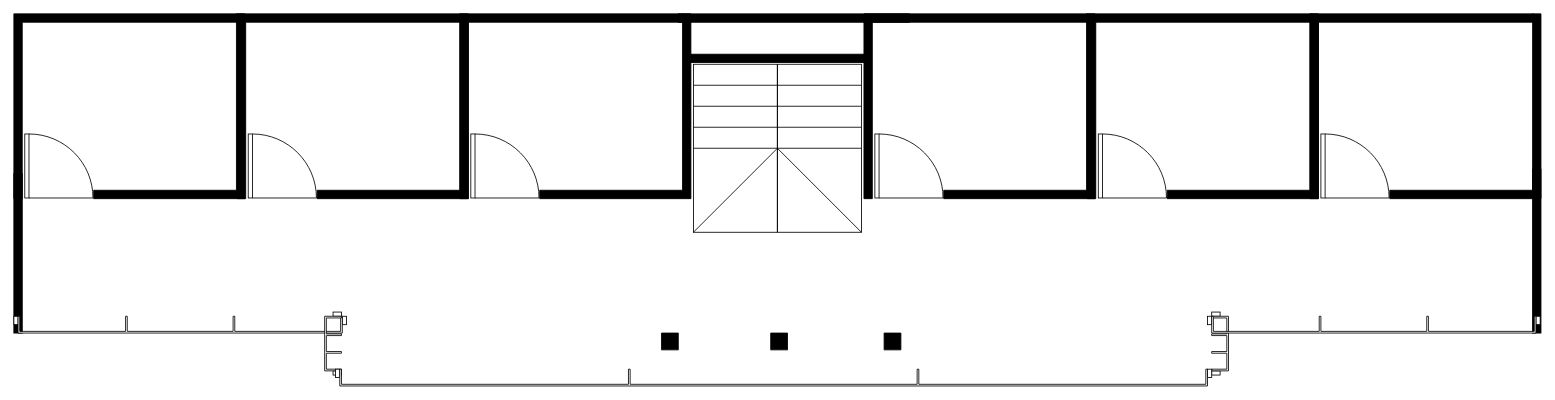
Earlier version of the draw.io diagram page "2nd - floor" (1 of 4) of Diagram Tanpa Judul.drawio (mohammadrifanmushlih17/My-Project-Draw). Source tidied: cells renumbered, new cells numbered last; positions are measured from the earlier drawing's top-left corner, leaving out a move shared by most shapes. Both pictures are drawn from the tidied source at 84%, with x=0, y=0 at pixel (13, 13).
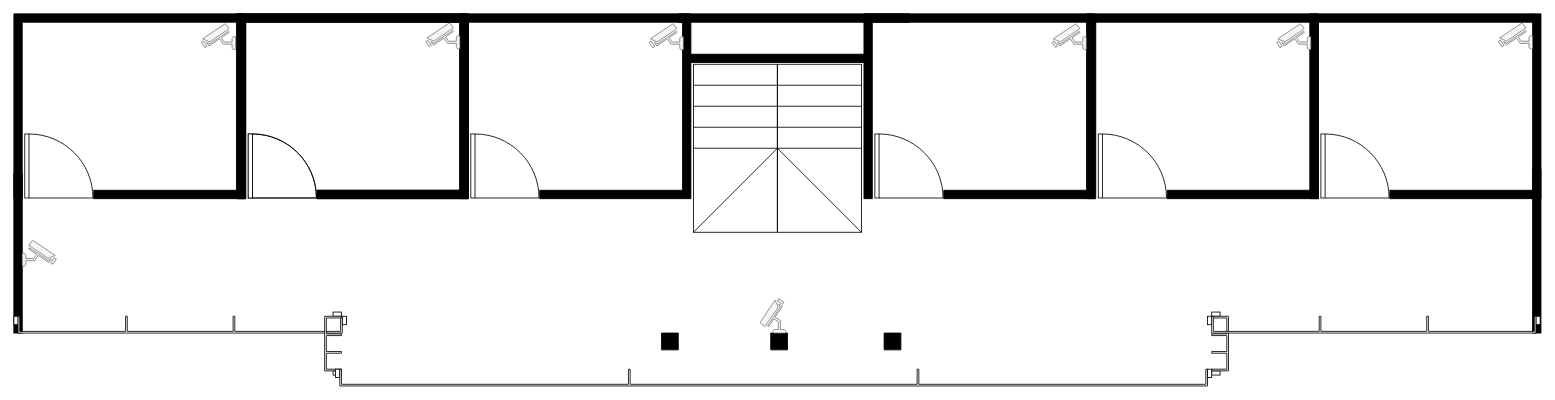
The same diagram, later.

Diff of the diagram source:
```diff
@@
+    <mxCell id="37" style="fontColor=#333333;verticalAlign=top;verticalLabelPosition=bottom;labelPosition=center;align=center;html=1;fillColor=#f5f5f5;strokeColor=#666666;gradientDirection=north;strokeWidth=2;shape=mxgraph.networks.security_camera;direction=east;flipH=1;" parent="1" vertex="1">
+      <mxGeometry x="223.3" y="12" width="40.7" height="30.5" as="geometry" />
+    </mxCell>
+    <mxCell id="38" style="group;" parent="1" vertex="1">
+      <mxGeometry x="266" width="275" height="220" as="geometry" />
+    </mxCell>
+    <mxCell id="39" style="verticalLabelPosition=bottom;html=1;verticalAlign=top;align=center;shape=mxgraph.floorplan.wallCorner;fillColor=strokeColor;" parent="38" vertex="1">
+      <mxGeometry width="266" height="220" as="geometry" />
+    </mxCell>
+    <mxCell id="40" style="verticalLabelPosition=bottom;html=1;verticalAlign=top;align=center;shape=mxgraph.floorplan.wallCorner;fillColor=strokeColor;direction=west;" parent="38" vertex="1">
+      <mxGeometry x="95" width="180" height="220" as="geometry" />
+    </mxCell>
+    <mxCell id="41" style="verticalLabelPosition=bottom;html=1;verticalAlign=top;align=center;shape=mxgraph.floorplan.doorLeft;direction=north;" parent="38" vertex="1">
+      <mxGeometry x="13" y="143" width="81" height="76.2" as="geometry" />
+    </mxCell>
+    <mxCell id="42" style="fontColor=#333333;verticalAlign=top;verticalLabelPosition=bottom;labelPosition=center;align=center;html=1;fillColor=#f5f5f5;strokeColor=#666666;gradientDirection=north;strokeWidth=2;shape=mxgraph.networks.security_camera;direction=east;flipH=1;" parent="38" vertex="1">
+      <mxGeometry x="224.3" y="11" width="40.7" height="30.5" as="geometry" />
+    </mxCell>
+    <mxCell id="43" style="fontColor=#333333;verticalAlign=top;verticalLabelPosition=bottom;labelPosition=center;align=center;html=1;fillColor=#f5f5f5;strokeColor=#666666;gradientDirection=north;strokeWidth=2;shape=mxgraph.networks.security_camera;direction=east;flipH=1;" parent="1" vertex="1">
+      <mxGeometry x="756.3" y="12" width="40.7" height="30.5" as="geometry" />
+    </mxCell>
+    <mxCell id="44" style="fontColor=#333333;verticalAlign=top;verticalLabelPosition=bottom;labelPosition=center;align=center;html=1;fillColor=#f5f5f5;strokeColor=#666666;gradientDirection=north;strokeWidth=2;shape=mxgraph.networks.security_camera;direction=east;flipH=1;" parent="1" vertex="1">
+      <mxGeometry x="1236" y="12" width="40.7" height="30.5" as="geometry" />
+    </mxCell>
+    <mxCell id="45" style="fontColor=#333333;verticalAlign=top;verticalLabelPosition=bottom;labelPosition=center;align=center;html=1;fillColor=#f5f5f5;strokeColor=#666666;gradientDirection=north;strokeWidth=2;shape=mxgraph.networks.security_camera;direction=east;flipH=1;" parent="1" vertex="1">
+      <mxGeometry x="1503.3" y="12" width="40.7" height="30.5" as="geometry" />
+    </mxCell>
+    <mxCell id="46" style="fontColor=#333333;verticalAlign=top;verticalLabelPosition=bottom;labelPosition=center;align=center;html=1;fillColor=#f5f5f5;strokeColor=#666666;gradientDirection=north;strokeWidth=2;shape=mxgraph.networks.security_camera;direction=east;flipH=1;" parent="1" vertex="1">
+      <mxGeometry x="1767.3" y="11" width="40.7" height="30.5" as="geometry" />
+    </mxCell>
+    <mxCell id="47" style="fontColor=#333333;verticalAlign=top;verticalLabelPosition=bottom;labelPosition=center;align=center;html=1;fillColor=#f5f5f5;strokeColor=#666666;gradientDirection=north;strokeWidth=2;shape=mxgraph.networks.security_camera;direction=east;flipH=0;" parent="1" vertex="1">
+      <mxGeometry x="10" y="269.8" width="40.7" height="30.5" as="geometry" />
+    </mxCell>
+    <mxCell id="48" style="fontColor=#333333;verticalAlign=top;verticalLabelPosition=bottom;labelPosition=center;align=center;html=1;fillColor=#f5f5f5;strokeColor=#666666;gradientDirection=north;strokeWidth=2;shape=mxgraph.networks.security_camera;direction=south;flipH=1;flipV=1;" parent="1" vertex="1">
+      <mxGeometry x="888.5" y="339.3" width="30.5" height="40.7" as="geometry" />
+    </mxCell>
```
